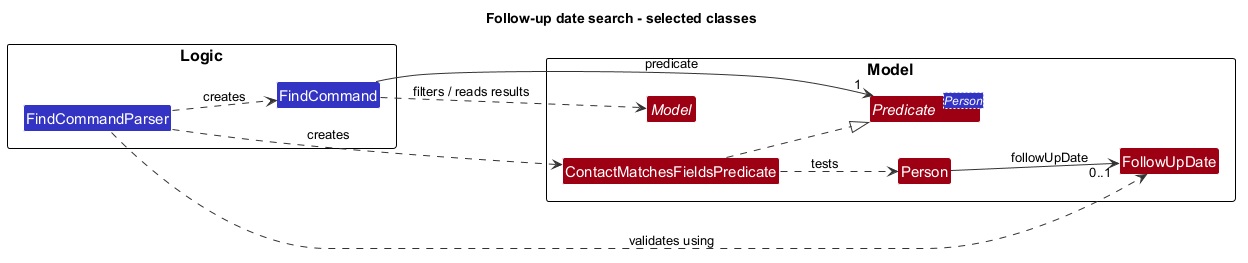
The PlantUML diagram docs/images/FindFollowUpDateClass.png in AY2627S1-CS2103T-W11-2/tp, before a commit.
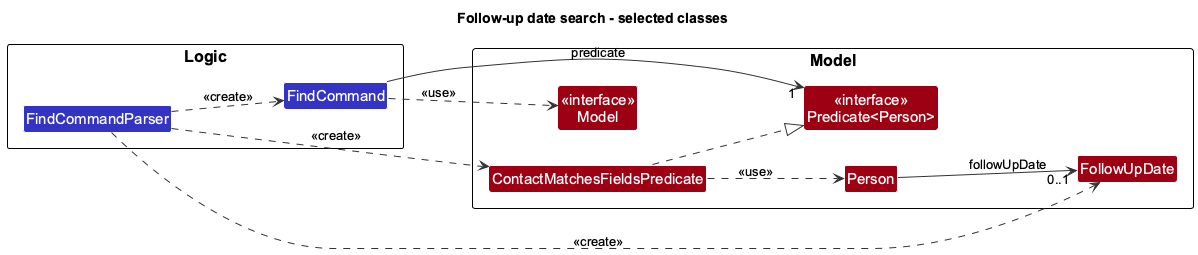
After the change.

Commit message:
Fix UML diagram

Diff of the diagram source:
```diff
@@ -8,25 +8,25 @@
 skinparam arrowColor #333333
 hide empty members
 
-package Logic {
+package Logic as LogicPackage {
   class FindCommandParser
   class FindCommand
 }
 
 package "Model" as ModelPackage {
-  interface "Model" as ModelApi MODEL_COLOR
-  interface "Predicate<Person>" as PersonPredicate MODEL_COLOR
+  class "<<interface>>\nModel" as ModelApi MODEL_COLOR
+  class "<<interface>>\nPredicate<U+003C>Person>" as PersonPredicate MODEL_COLOR
   class ContactMatchesFieldsPredicate MODEL_COLOR
   class Person MODEL_COLOR
   class FollowUpDate MODEL_COLOR
 }
 
-FindCommandParser ..> FindCommand : creates
-FindCommandParser ..> ContactMatchesFieldsPredicate : creates
-FindCommandParser ..> FollowUpDate : validates using
-FindCommand --> "1" PersonPredicate : predicate
-FindCommand ..> ModelApi : filters / reads results
+FindCommandParser ..> FindCommand : <<create>>
+FindCommandParser ..> ContactMatchesFieldsPredicate : <<create>>
+FindCommandParser ..> FollowUpDate : <<create>>
+FindCommand -right-> "1" PersonPredicate : predicate
+FindCommand ..> ModelApi : <<use>>
 ContactMatchesFieldsPredicate ..|> PersonPredicate
-ContactMatchesFieldsPredicate ..> Person : tests
+ContactMatchesFieldsPredicate ..> Person : <<use>>
 Person --> "0..1" FollowUpDate : followUpDate
 @enduml
```
